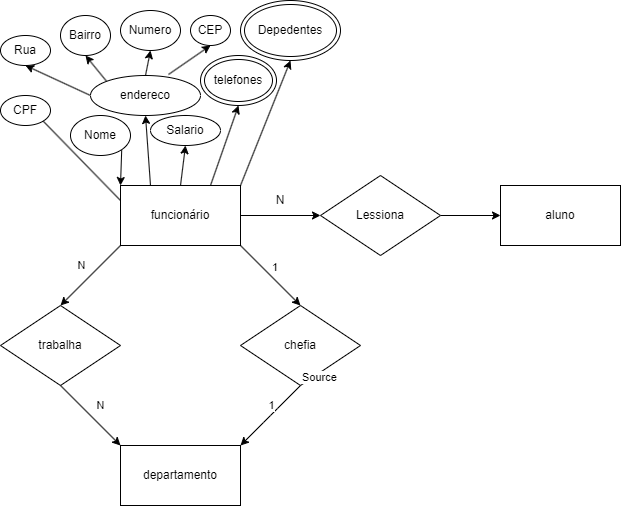
MurilohfMota/Diagramas keeps this draw.io diagram as Senac.png. Above is the earlier version. Source tidied: cells renumbered, new cells last; positions are measured from the earlier drawing's top-left corner, leaving out a move shared by most shapes.
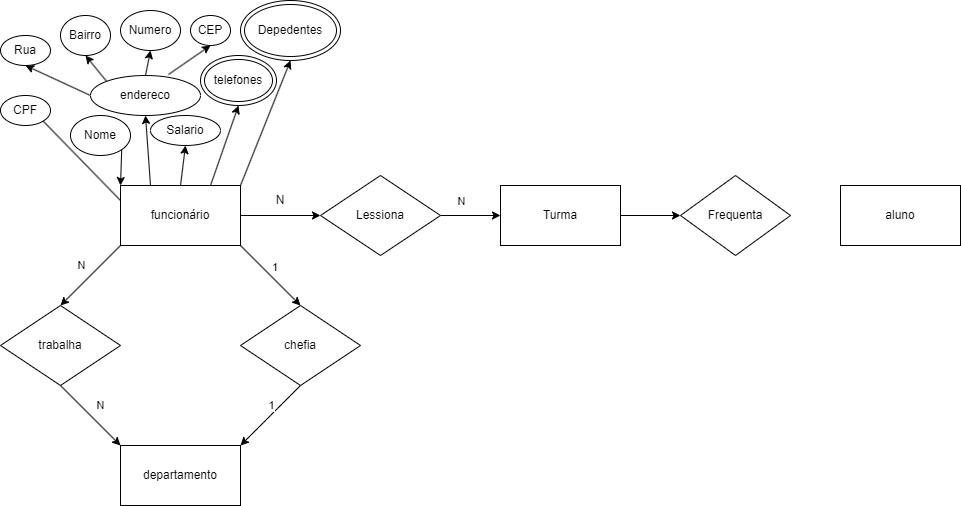
The same file after the commit.

Diff of the diagram source:
```diff
@@ -21,7 +21,7 @@
       <mxGeometry x="120" y="185" width="120" height="60" as="geometry" />
     </mxCell>
     <mxCell id="8" value="aluno" style="rounded=0;whiteSpace=wrap;html=1;" parent="1" vertex="1">
-      <mxGeometry x="500" y="185" width="120" height="60" as="geometry" />
+      <mxGeometry x="840" y="185" width="120" height="60" as="geometry" />
     </mxCell>
     <mxCell id="9" value="departamento" style="rounded=0;whiteSpace=wrap;html=1;" parent="1" vertex="1">
       <mxGeometry x="120" y="445" width="120" height="60" as="geometry" />
@@ -50,9 +50,6 @@
         <mxPoint y="-10" as="offset" />
       </mxGeometry>
     </mxCell>
-    <mxCell id="15" value="Source" style="edgeLabel;html=1;align=left;verticalAlign=bottom;" parent="13" vertex="1">
-      <mxGeometry x="-1" relative="1" as="geometry" />
-    </mxCell>
     <mxCell id="16" value="trabalha" style="rhombus;whiteSpace=wrap;html=1;" parent="1" vertex="1">
       <mxGeometry y="305" width="120" height="80" as="geometry" />
     </mxCell>
@@ -120,7 +117,7 @@
     <mxCell id="36" value="Depedentes" style="ellipse;shape=doubleEllipse;whiteSpace=wrap;html=1;shadow=0;sketch=0;" parent="1" vertex="1">
       <mxGeometry x="240" width="100" height="60" as="geometry" />
     </mxCell>
-    <mxCell id="37" style="edgeStyle=none;html=1;exitX=1;exitY=0.5;exitDx=0;exitDy=0;entryX=0;entryY=0.5;entryDx=0;entryDy=0;" parent="1" edge="1" source="38" target="8">
+    <mxCell id="37" style="edgeStyle=none;html=1;exitX=1;exitY=0.5;exitDx=0;exitDy=0;entryX=0;entryY=0.5;entryDx=0;entryDy=0;" parent="1" edge="1" source="38" target="40">
       <mxGeometry relative="1" as="geometry" />
     </mxCell>
     <mxCell id="38" value="Lessiona" style="rhombus;whiteSpace=wrap;html=1;shadow=0;sketch=0;" parent="1" vertex="1">
@@ -129,5 +126,19 @@
     <mxCell id="39" value="N" style="text;html=1;strokeColor=none;fillColor=none;align=center;verticalAlign=middle;whiteSpace=wrap;rounded=0;shadow=0;sketch=0;" parent="1" vertex="1">
       <mxGeometry x="270" y="195" width="20" height="10" as="geometry" />
     </mxCell>
+    <mxCell id="40" value="Turma" style="rounded=0;whiteSpace=wrap;html=1;" parent="1" vertex="1">
+      <mxGeometry x="500" y="185" width="120" height="60" as="geometry" />
+    </mxCell>
+    <mxCell id="41" value="Frequenta" style="rhombus;whiteSpace=wrap;html=1;" parent="1" vertex="1">
+      <mxGeometry x="680" y="175" width="110" height="80" as="geometry" />
+    </mxCell>
+    <mxCell id="42" style="endArrow=classic;html=1;exitX=1;exitY=0.5;exitDx=0;exitDy=0;entryX=0;entryY=0.5;entryDx=0;entryDy=0;" parent="1" edge="1" source="40" target="41">
+      <mxGeometry relative="1" as="geometry" />
+    </mxCell>
+    <mxCell id="43" value="N" style="edgeLabel;html=1;align=center;verticalAlign=middle;" parent="42" vertex="1">
+      <mxGeometry relative="1" as="geometry">
+        <mxPoint x="-190" y="-15" as="offset" />
+      </mxGeometry>
+    </mxCell>
   </root>
 </mxGraphModel>
```
